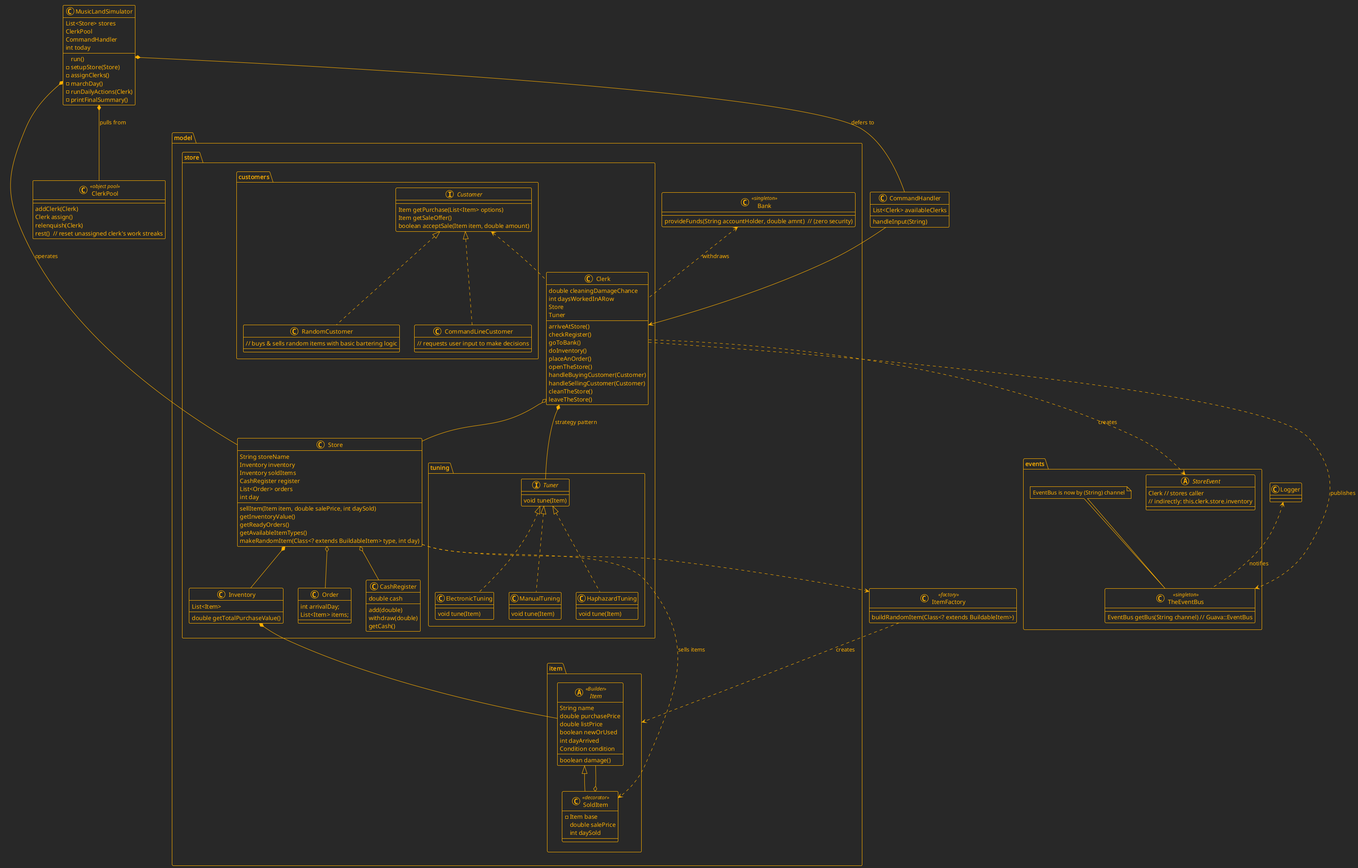
This is src/main/java/ooad/project4/assets/overallDesignUML.png from simondoesstuff/ooad-2025, a PlantUML export, as it was before one commit. Source of this version:
```plantuml
@startuml

!theme crt-amber

<style>
header {
  HorizontalAlignment left
}
</style>

package "model" {

  package "item" {

    abstract class Item <<Builder>> {
      String name
      double purchasePrice
      double listPrice
      boolean newOrUsed
      int dayArrived
      Condition condition
      boolean damage()
    }


    class SoldItem <<decorator>> extends Item {
      - Item base
      double salePrice
      int daySold
    }

  SoldItem o-- Item

  }

  package "store" {
    class Store {
      String storeName
      Inventory inventory
      Inventory soldItems
      CashRegister register
      List<Order> orders
      int day
      sellItem(Item item, double salePrice, int daySold)
      getInventoryValue()
      getReadyOrders()
      getAvailableItemTypes()
      makeRandomItem(Class<? extends BuildableItem> type, int day)
    }

    class Inventory {
      List<Item>
      double getTotalPurchaseValue()
    }

    class Order {
      int arrivalDay;
      List<Item> items;
    }

    class CashRegister {
      double cash
      add(double)
      withdraw(double)
      getCash()
    }

    package "customers" {
      interface Customer {
        Item getPurchase(List<Item> options)
        Item getSaleOffer()
        boolean acceptSale(Item item, double amount)
      }

      class RandomCustomer implements Customer {
        // buys & sells random items with basic bartering logic
      }

      class CommandLineCustomer implements Customer {
        // requests user input to make decisions
      }
    }

    class Clerk {
      double cleaningDamageChance
      int daysWorkedInARow
      Store
      Tuner
      arriveAtStore()
      checkRegister()
      goToBank()
      doInventory()
      placeAnOrder()
      openTheStore()
      handleBuyingCustomer(Customer)
      handleSellingCustomer(Customer)
      cleanTheStore()
      leaveTheStore()
    }

    package "tuning" {
      interface Tuner {
        void tune(Item)
      }

      class HaphazardTuning implements Tuner {
        void tune(Item)
      }

      class ElectronicTuning implements Tuner {
        void tune(Item)
      }

      class ManualTuning implements Tuner {
        void tune(Item)
      }

    }

    Store o-- Order
    Store o-- CashRegister
    Store *-- Inventory
    Store ..> SoldItem : sells items
    Inventory *-- Item
    Clerk o-- Store
    Clerk *-- Tuner : strategy pattern
    Customer <.. Clerk
  }

  class Bank <<singleton>> {
    provideFunds(String accountHolder, double amnt)  // (zero security)
  }

  Bank <.. Clerk : withdraws

}

package "events" {
  class TheEventBus <<singleton>> {
    EventBus getBus(String channel) // Guava::EventBus
  }

  note top
    EventBus is now by (String) channel
  end note

  abstract class StoreEvent {
    Clerk // stores caller
    // indirectly: this.clerk.store.inventory
  }

  Clerk ..> TheEventBus : publishes
  Clerk ..> StoreEvent : creates

}

class Logger {
}

class ItemFactory <<factory>> {
  buildRandomItem(Class<? extends BuildableItem>)
}

class CommandHandler {
  List<Clerk> availableClerks
  handleInput(String)
}

class ClerkPool <<object pool>> {
  addClerk(Clerk)
  Clerk assign()
  relenquish(Clerk)
  rest()  // reset unassigned clerk's work streaks
}

class MusicLandSimulator {
  List<Store> stores
  ClerkPool
  CommandHandler
  int today
  run()
  -setupStore(Store)
  -assignClerks()
  -marchDay()
  -runDailyActions(Clerk)
  -printFinalSummary()
}

MusicLandSimulator *-- Store : operates
MusicLandSimulator *-- ClerkPool : pulls from
MusicLandSimulator *-- CommandHandler : defers to
CommandHandler --> Clerk
Store ..> ItemFactory
ItemFactory ..> item : creates
Logger <.. TheEventBus : notifies

@enduml
```
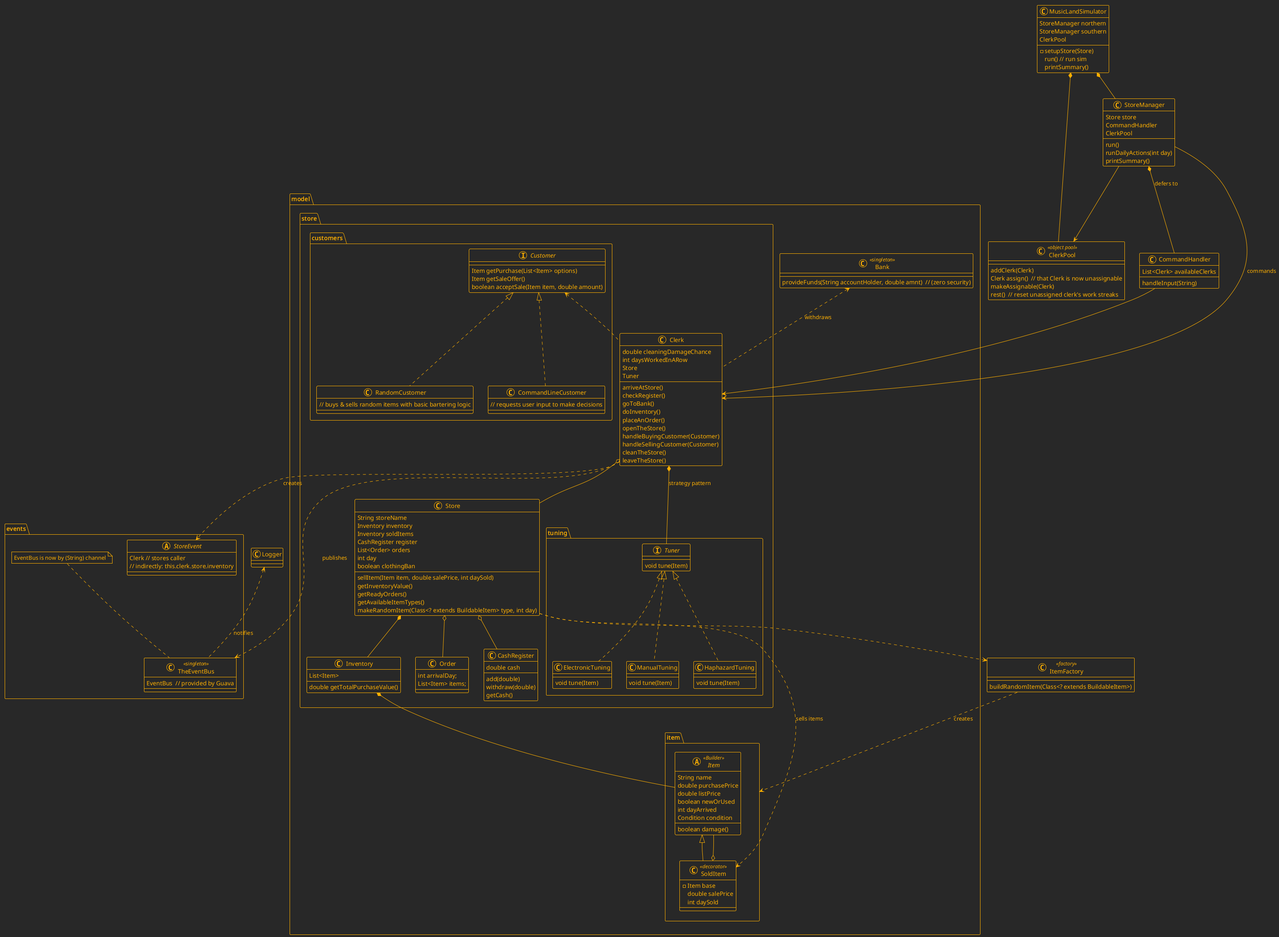
The same diagram one commit later.

The edit, as a diff of the source:
```diff
@@ -22,14 +22,13 @@
       boolean damage()
     }
 
-
     class SoldItem <<decorator>> extends Item {
       - Item base
       double salePrice
       int daySold
     }
 
-  SoldItem o-- Item
+    SoldItem o-- Item
 
   }
 
@@ -41,6 +40,8 @@
       CashRegister register
       List<Order> orders
       int day
+      boolean clothingBan
+
       sellItem(Item item, double salePrice, int daySold)
       getInventoryValue()
       getReadyOrders()
@@ -137,7 +138,7 @@
 
 package "events" {
   class TheEventBus <<singleton>> {
-    EventBus getBus(String channel) // Guava::EventBus
+    EventBus  // provided by Guava
   }
 
   note top
@@ -168,27 +169,34 @@
 
 class ClerkPool <<object pool>> {
   addClerk(Clerk)
-  Clerk assign()
-  relenquish(Clerk)
+  Clerk assign()  // that Clerk is now unassignable
+  makeAssignable(Clerk)
   rest()  // reset unassigned clerk's work streaks
 }
 
 class MusicLandSimulator {
-  List<Store> stores
+  StoreManager northern
+  StoreManager southern
   ClerkPool
-  CommandHandler
-  int today
-  run()
   -setupStore(Store)
-  -assignClerks()
-  -marchDay()
-  -runDailyActions(Clerk)
-  -printFinalSummary()
+  run() // run sim
+  printSummary()
 }
 
-MusicLandSimulator *-- Store : operates
-MusicLandSimulator *-- ClerkPool : pulls from
-MusicLandSimulator *-- CommandHandler : defers to
+class StoreManager {
+  Store store
+  CommandHandler
+  ClerkPool
+  run()
+  runDailyActions(int day)
+  printSummary()
+}
+
+StoreManager --> Clerk : commands
+StoreManager *-- CommandHandler : defers to
+StoreManager --> ClerkPool
+MusicLandSimulator *-- StoreManager
+MusicLandSimulator *-- ClerkPool
 CommandHandler --> Clerk
 Store ..> ItemFactory
 ItemFactory ..> item : creates
```
